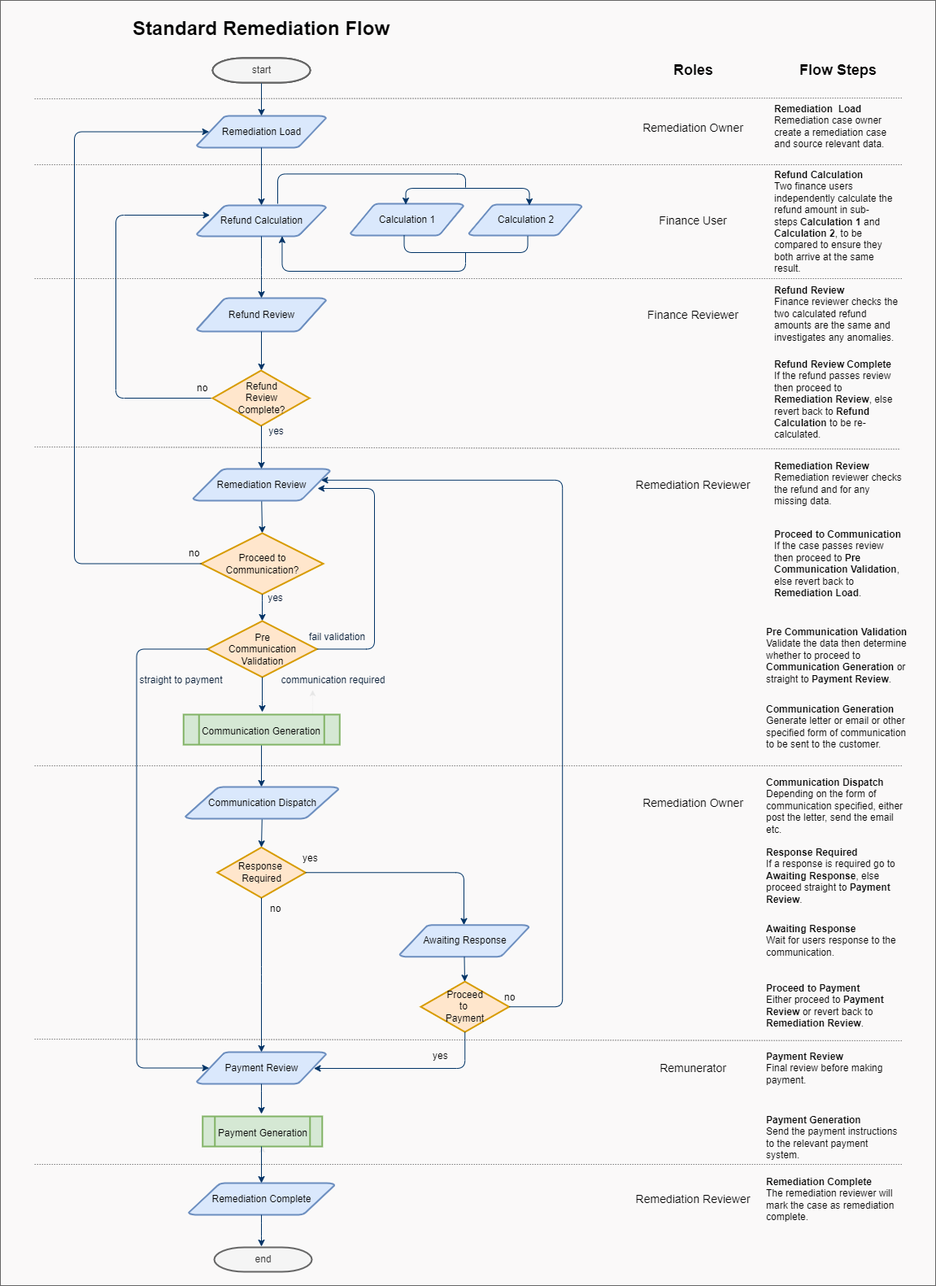
The draw.io diagram readme-images/StandardRemediationFlow.png in grantcolley/headway, before a commit. Source tidied: cells renumbered, new cells last; positions are measured from the earlier drawing's top-left corner, leaving out a move shared by most shapes.
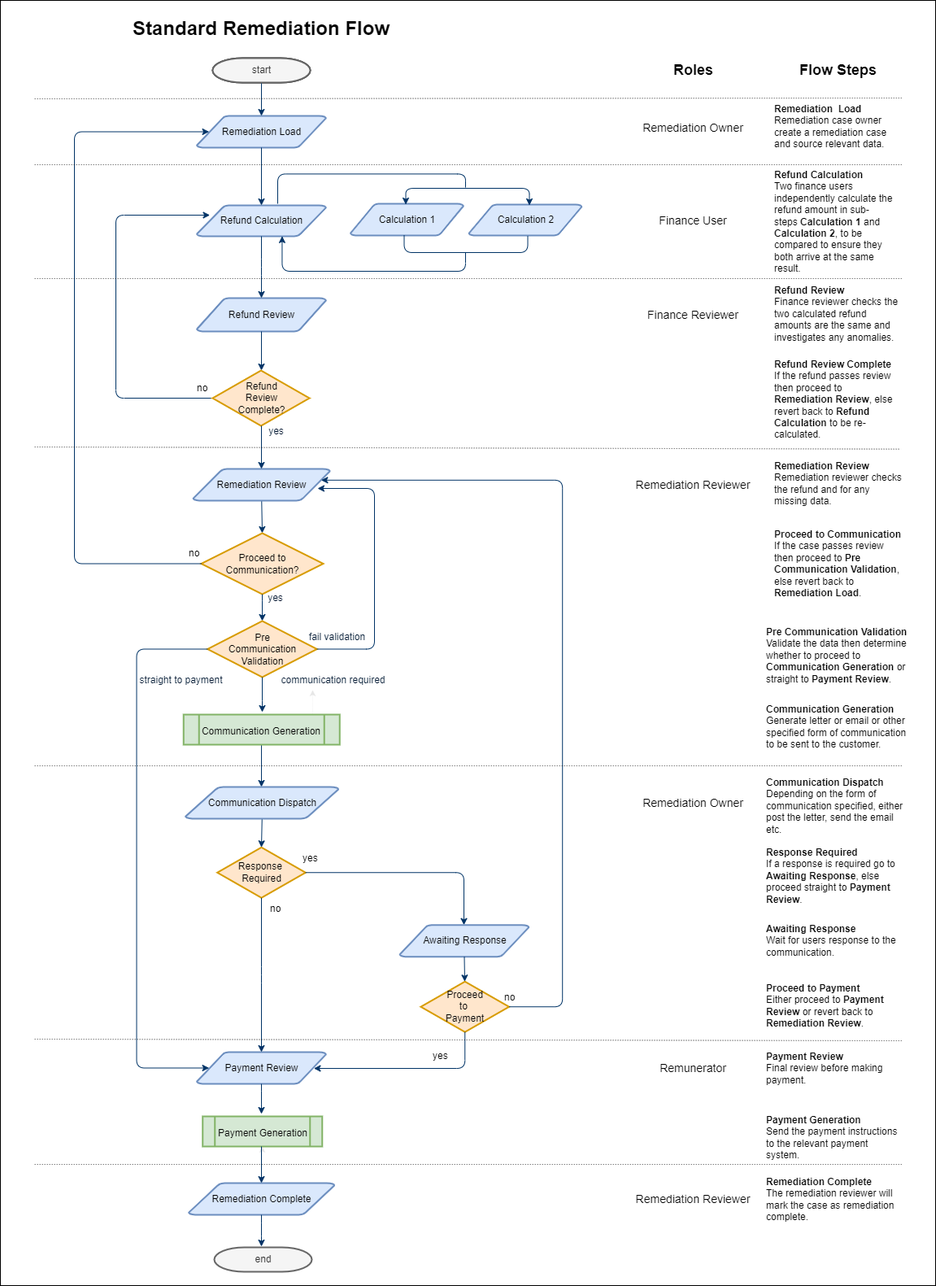
After the change.

Commit message:
Update the flow diagrams #52

Update the flow diagrams #52

Diff of the diagram source:
```diff
@@ -2,7 +2,7 @@
   <root>
     <mxCell id="0" />
     <mxCell id="1" parent="0" />
-    <mxCell id="2" style="rounded=0;whiteSpace=wrap;html=1;fillColor=#FAF9F9;fontColor=#333333;strokeColor=#666666;" parent="1" vertex="1">
+    <mxCell id="2" style="rounded=0;whiteSpace=wrap;html=1;" parent="1" vertex="1">
       <mxGeometry width="1150" height="1580" as="geometry" />
     </mxCell>
     <mxCell id="3" value="start" style="shape=mxgraph.flowchart.terminator;strokeWidth=2;gradientColor=none;gradientDirection=north;fontStyle=0;html=1;" parent="1" vertex="1">
```
